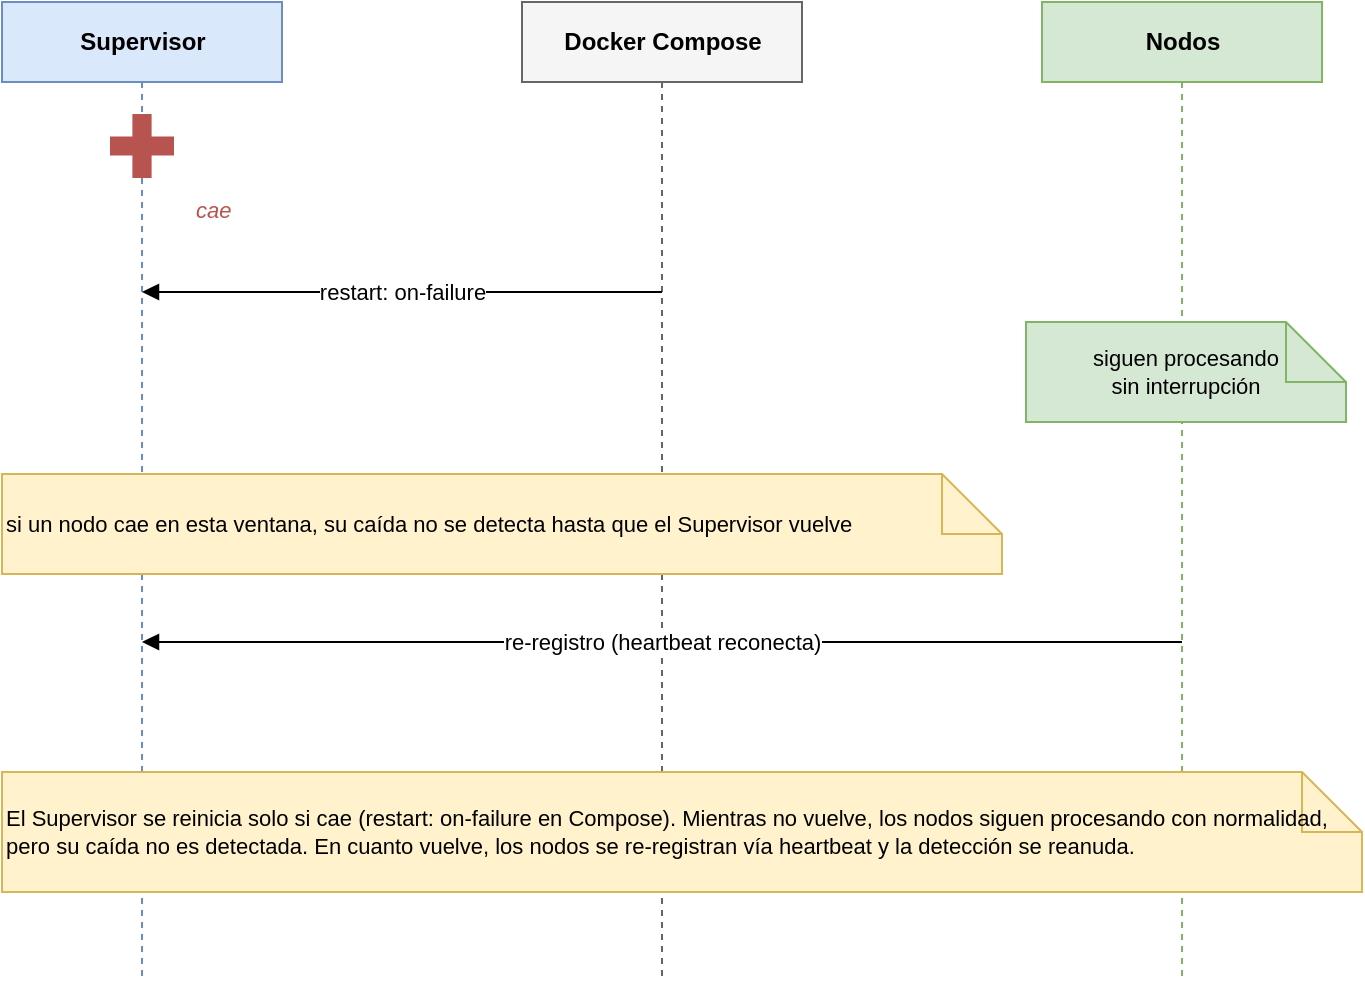
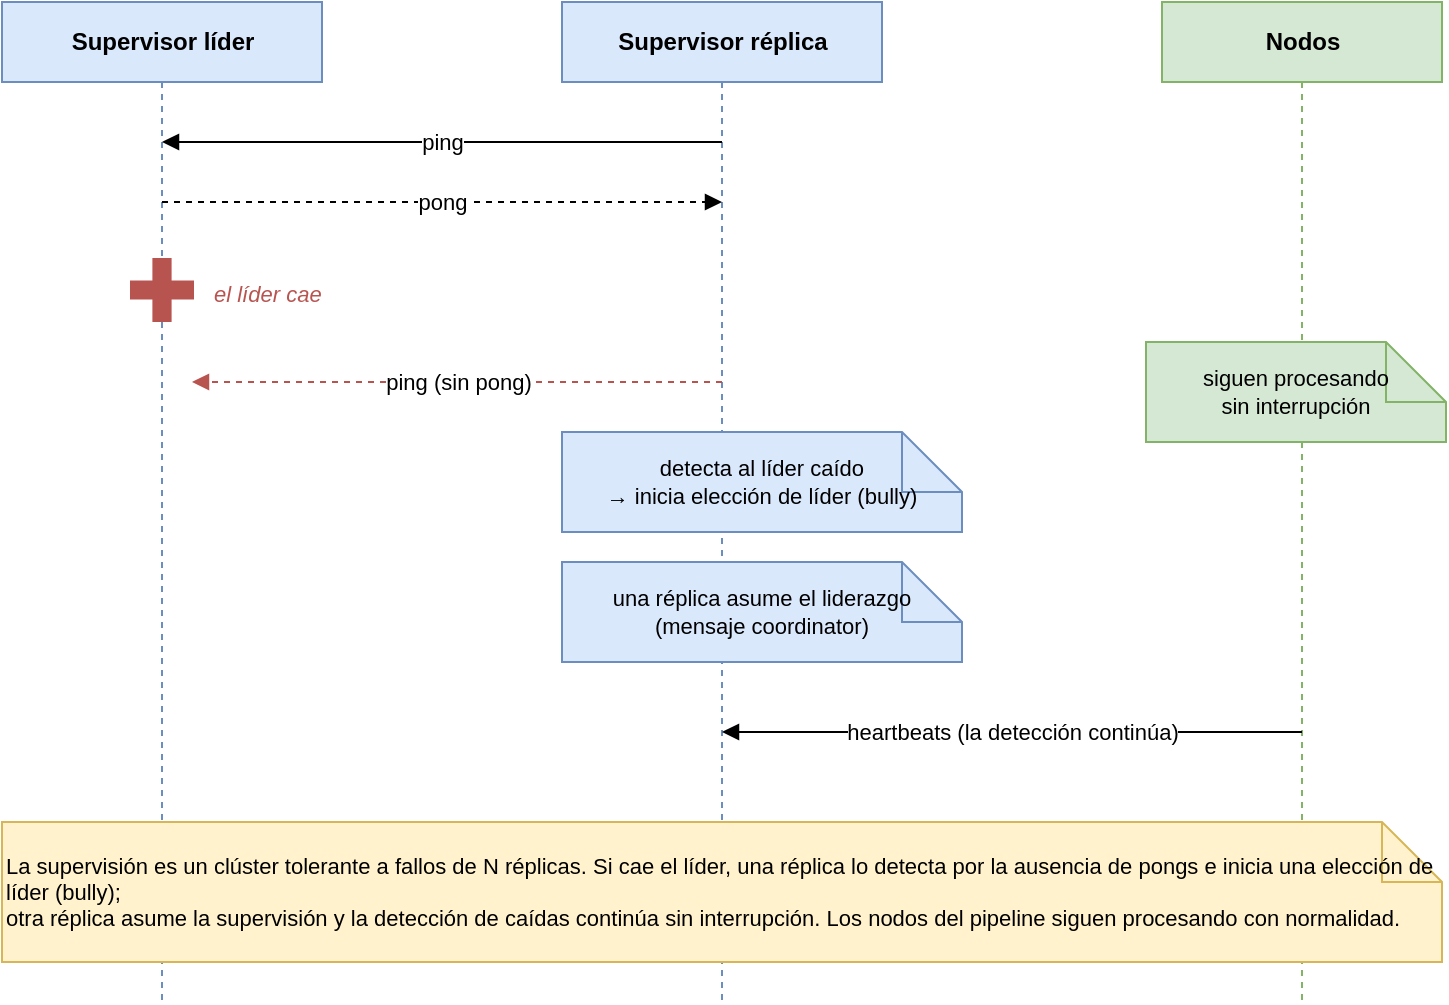
<mxfile host="app.diagrams.net" version="24.0.0">
  <diagram name="ft-failure-supervisor" id="ftfailsup">
    <mxGraphModel dx="900" dy="600" grid="0" gridSize="10" guides="1" tooltips="1" connect="1" arrows="1" fold="1" page="1" pageScale="1" pageWidth="820" pageHeight="560" math="0" shadow="0">
      <root>
        <mxCell id="0" />
        <mxCell id="1" parent="0" />

- 
-         <mxCell id="lsup" value="Supervisor" style="shape=umlLifeline;perimeter=lifelinePerimeter;html=1;fillColor=#dae8fc;strokeColor=#6c8ebf;fontStyle=1;size=40;" vertex="1" parent="1">
-           <mxGeometry x="20.00" y="20.00" width="140" height="490" as="geometry" />
+         <mxCell id="llead" value="Supervisor líder" style="shape=umlLifeline;perimeter=lifelinePerimeter;html=1;fillColor=#dae8fc;strokeColor=#6c8ebf;fontStyle=1;size=40;" vertex="1" parent="1">
+           <mxGeometry x="20.00" y="20.00" width="160" height="500" as="geometry" />
        </mxCell>
-         <mxCell id="ldc" value="Docker Compose" style="shape=umlLifeline;perimeter=lifelinePerimeter;html=1;fillColor=#f5f5f5;strokeColor=#666666;fontStyle=1;size=40;" vertex="1" parent="1">
-           <mxGeometry x="280.00" y="20.00" width="140" height="490" as="geometry" />
+         <mxCell id="lrep" value="Supervisor réplica" style="shape=umlLifeline;perimeter=lifelinePerimeter;html=1;fillColor=#dae8fc;strokeColor=#6c8ebf;fontStyle=1;size=40;" vertex="1" parent="1">
+           <mxGeometry x="300.00" y="20.00" width="160" height="500" as="geometry" />
        </mxCell>
        <mxCell id="lnodes" value="Nodos" style="shape=umlLifeline;perimeter=lifelinePerimeter;html=1;fillColor=#d5e8d4;strokeColor=#82b366;fontStyle=1;size=40;" vertex="1" parent="1">
-           <mxGeometry x="540.00" y="20.00" width="140" height="490" as="geometry" />
+           <mxGeometry x="600.00" y="20.00" width="140" height="500" as="geometry" />
        </mxCell>

- 
-         <mxCell id="crash" value="" style="shape=cross;html=1;strokeColor=#b85450;strokeWidth=4;fillColor=#b85450;" vertex="1" parent="1">
-           <mxGeometry x="76.00" y="78.00" width="28" height="28" as="geometry" />
+         <mxCell id="mping1" value="ping" style="html=1;endArrow=block;fontSize=11;" edge="1" parent="1">
+           <mxGeometry relative="1" as="geometry">
+             <mxPoint x="380.00" y="90.00" as="sourcePoint" />
+             <mxPoint x="100.00" y="90.00" as="targetPoint" />
+           </mxGeometry>
        </mxCell>
-         <mxCell id="crashlbl" value="cae" style="text;html=1;fontSize=11;fontColor=#b85450;fontStyle=2;align=left;" vertex="1" parent="1">
-           <mxGeometry x="115.00" y="111.00" width="80" height="20" as="geometry" />
-         </mxCell>
- 
- 
-         <mxCell id="m1" value="restart: on-failure" style="html=1;endArrow=block;fontSize=11;" edge="1" parent="1">
+         <mxCell id="mpong1" value="pong" style="html=1;endArrow=block;fontSize=11;dashed=1;" edge="1" parent="1">
          <mxGeometry relative="1" as="geometry">
-             <mxPoint x="350.00" y="165.00" as="sourcePoint" />
-             <mxPoint x="90.00" y="165.00" as="targetPoint" />
+             <mxPoint x="100.00" y="120.00" as="sourcePoint" />
+             <mxPoint x="380.00" y="120.00" as="targetPoint" />
          </mxGeometry>
        </mxCell>

- 
-         <mxCell id="note1" value="siguen procesando&#10;sin interrupción" style="shape=note;whiteSpace=wrap;html=1;fillColor=#d5e8d4;strokeColor=#82b366;fontSize=11;align=center;" vertex="1" parent="1">
-           <mxGeometry x="532.00" y="180.00" width="160" height="50" as="geometry" />
+         <mxCell id="crash" value="" style="shape=cross;html=1;strokeColor=#b85450;strokeWidth=4;fillColor=#b85450;" vertex="1" parent="1">
+           <mxGeometry x="86.00" y="150.00" width="28" height="28" as="geometry" />
+         </mxCell>
+         <mxCell id="crashlbl" value="el líder cae" style="text;html=1;fontSize=11;fontColor=#b85450;fontStyle=2;align=left;" vertex="1" parent="1">
+           <mxGeometry x="124.00" y="153.00" width="120" height="20" as="geometry" />
        </mxCell>

- 
-         <mxCell id="note2" value="si un nodo cae en esta ventana, su caída no se detecta hasta que el Supervisor vuelve" style="shape=note;whiteSpace=wrap;html=1;fillColor=#fff2cc;strokeColor=#d6b656;fontSize=11;align=left;" vertex="1" parent="1">
-           <mxGeometry x="20.00" y="256.00" width="500" height="50" as="geometry" />
-         </mxCell>
- 
- 
-         <mxCell id="m2" value="re-registro (heartbeat reconecta)" style="html=1;endArrow=block;fontSize=11;" edge="1" parent="1">
+         <mxCell id="mping2" value="ping (sin pong)" style="html=1;endArrow=block;fontSize=11;strokeColor=#b85450;dashed=1;" edge="1" parent="1">
          <mxGeometry relative="1" as="geometry">
-             <mxPoint x="610.00" y="340.00" as="sourcePoint" />
-             <mxPoint x="90.00" y="340.00" as="targetPoint" />
+             <mxPoint x="380.00" y="210.00" as="sourcePoint" />
+             <mxPoint x="115.00" y="210.00" as="targetPoint" />
          </mxGeometry>
        </mxCell>

+         <mxCell id="note1" value="detecta al líder caído&#10;→ inicia elección de líder (bully)" style="shape=note;whiteSpace=wrap;html=1;fillColor=#dae8fc;strokeColor=#6c8ebf;fontSize=11;align=center;" vertex="1" parent="1">
+           <mxGeometry x="300.00" y="235.00" width="200" height="50" as="geometry" />
+         </mxCell>

-         <mxCell id="note3" value="El Supervisor se reinicia solo si cae (restart: on-failure en Compose). Mientras no vuelve, los nodos siguen procesando con normalidad,&#10;pero su caída no es detectada. En cuanto vuelve, los nodos se re-registran vía heartbeat y la detección se reanuda." style="shape=note;whiteSpace=wrap;html=1;fillColor=#fff2cc;strokeColor=#d6b656;fontSize=11;align=left;" vertex="1" parent="1">
-           <mxGeometry x="20.00" y="405.00" width="680" height="60" as="geometry" />
+         <mxCell id="note2" value="una réplica asume el liderazgo&#10;(mensaje coordinator)" style="shape=note;whiteSpace=wrap;html=1;fillColor=#dae8fc;strokeColor=#6c8ebf;fontSize=11;align=center;" vertex="1" parent="1">
+           <mxGeometry x="300.00" y="300.00" width="200" height="50" as="geometry" />
+         </mxCell>
+ 
+         <mxCell id="mhb" value="heartbeats (la detección continúa)" style="html=1;endArrow=block;fontSize=11;" edge="1" parent="1">
+           <mxGeometry relative="1" as="geometry">
+             <mxPoint x="670.00" y="385.00" as="sourcePoint" />
+             <mxPoint x="380.00" y="385.00" as="targetPoint" />
+           </mxGeometry>
+         </mxCell>
+ 
+         <mxCell id="notenodes" value="siguen procesando&#10;sin interrupción" style="shape=note;whiteSpace=wrap;html=1;fillColor=#d5e8d4;strokeColor=#82b366;fontSize=11;align=center;" vertex="1" parent="1">
+           <mxGeometry x="592.00" y="190.00" width="150" height="50" as="geometry" />
+         </mxCell>
+ 
+         <mxCell id="note3" value="La supervisión es un clúster tolerante a fallos de N réplicas. Si cae el líder, una réplica lo detecta por la ausencia de pongs e inicia una elección de líder (bully);&#10;otra réplica asume la supervisión y la detección de caídas continúa sin interrupción. Los nodos del pipeline siguen procesando con normalidad." style="shape=note;whiteSpace=wrap;html=1;fillColor=#fff2cc;strokeColor=#d6b656;fontSize=11;align=left;" vertex="1" parent="1">
+           <mxGeometry x="20.00" y="430.00" width="720" height="70" as="geometry" />
        </mxCell>

      </root>
    </mxGraphModel>
  </diagram>
- </mxfile>+ </mxfile>
